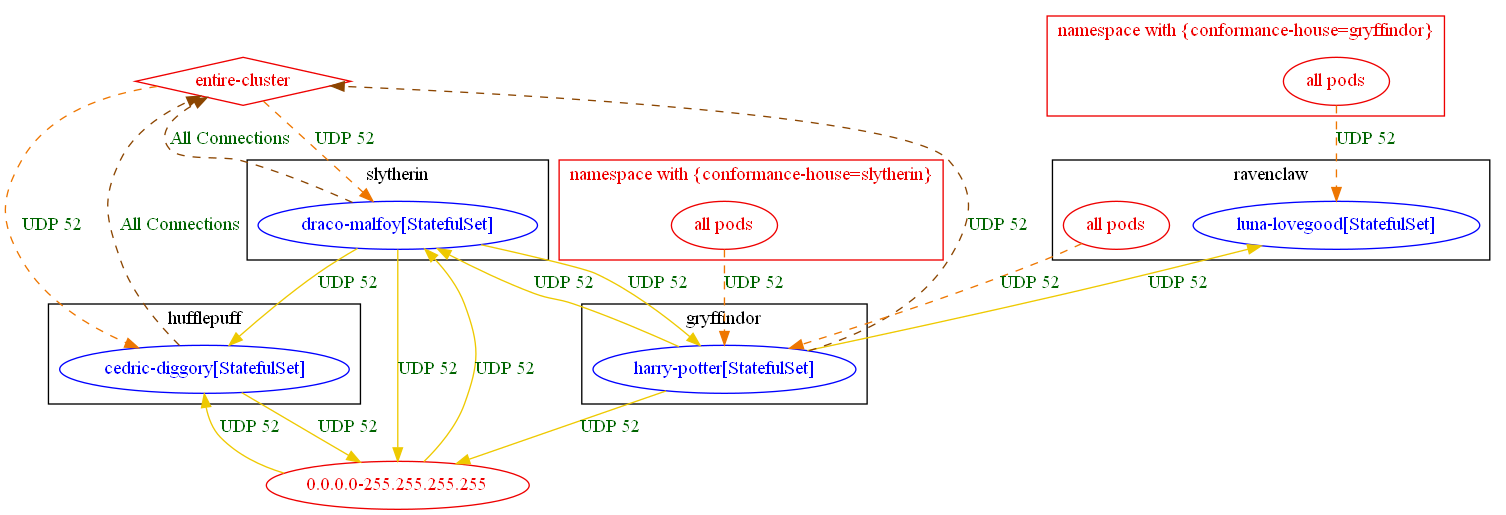
Above: test_outputs/connlist/anp_demo_udp-52_exposure_output.dot.png in np-guard/netpol-analyzer (Graphviz), before the change. Its source is kept beside it as test_outputs/connlist/anp_demo_udp-52_exposure_output.dot. Its diagram source:
```dot
digraph {
	subgraph "cluster_gryffindor" {
		color="black"
		fontcolor="black"
		"gryffindor/harry-potter[StatefulSet]" [label="harry-potter[StatefulSet]" color="blue" fontcolor="blue"]
		label="gryffindor"
	}
	subgraph "cluster_hufflepuff" {
		color="black"
		fontcolor="black"
		"hufflepuff/cedric-diggory[StatefulSet]" [label="cedric-diggory[StatefulSet]" color="blue" fontcolor="blue"]
		label="hufflepuff"
	}
	subgraph "cluster_ravenclaw" {
		color="black"
		fontcolor="black"
		"all pods_in_ravenclaw" [label="all pods" color="red2" fontcolor="red2"]
		"ravenclaw/luna-lovegood[StatefulSet]" [label="luna-lovegood[StatefulSet]" color="blue" fontcolor="blue"]
		label="ravenclaw"
	}
	subgraph "cluster_slytherin" {
		color="black"
		fontcolor="black"
		"slytherin/draco-malfoy[StatefulSet]" [label="draco-malfoy[StatefulSet]" color="blue" fontcolor="blue"]
		label="slytherin"
	}
	subgraph "cluster_namespace with {conformance_house=gryffindor}" {
		color="red2"
		fontcolor="red2"
		"all pods_in_namespace with {conformance-house=gryffindor}" [label="all pods" color="red2" fontcolor="red2"]
		label="namespace with {conformance-house=gryffindor}"
	}
	subgraph "cluster_namespace with {conformance_house=slytherin}" {
		color="red2"
		fontcolor="red2"
		"all pods_in_namespace with {conformance-house=slytherin}" [label="all pods" color="red2" fontcolor="red2"]
		label="namespace with {conformance-house=slytherin}"
	}
	"0.0.0.0-255.255.255.255" [label="0.0.0.0-255.255.255.255" color="red2" fontcolor="red2"]
	"entire-cluster" [label="entire-cluster" color="red2" fontcolor="red2" shape=diamond]
	"0.0.0.0-255.255.255.255" -> "hufflepuff/cedric-diggory[StatefulSet]" [label="UDP 52" color="gold2" fontcolor="darkgreen" weight=0.5]
	"0.0.0.0-255.255.255.255" -> "slytherin/draco-malfoy[StatefulSet]" [label="UDP 52" color="gold2" fontcolor="darkgreen" weight=0.5]
	"all pods_in_namespace with {conformance-house=gryffindor}" -> "ravenclaw/luna-lovegood[StatefulSet]" [label="UDP 52" color="darkorange2" fontcolor="darkgreen" weight=1 style=dashed]
	"all pods_in_namespace with {conformance-house=slytherin}" -> "gryffindor/harry-potter[StatefulSet]" [label="UDP 52" color="darkorange2" fontcolor="darkgreen" weight=1 style=dashed]
	"all pods_in_ravenclaw" -> "gryffindor/harry-potter[StatefulSet]" [label="UDP 52" color="darkorange2" fontcolor="darkgreen" weight=1 style=dashed]
	"entire-cluster" -> "hufflepuff/cedric-diggory[StatefulSet]" [label="UDP 52" color="darkorange2" fontcolor="darkgreen" weight=1 style=dashed]
	"entire-cluster" -> "slytherin/draco-malfoy[StatefulSet]" [label="UDP 52" color="darkorange2" fontcolor="darkgreen" weight=1 style=dashed]
	"gryffindor/harry-potter[StatefulSet]" -> "0.0.0.0-255.255.255.255" [label="UDP 52" color="gold2" fontcolor="darkgreen" weight=1]
	"gryffindor/harry-potter[StatefulSet]" -> "entire-cluster" [label="UDP 52" color="darkorange4" fontcolor="darkgreen" weight=0.5 style=dashed]
	"gryffindor/harry-potter[StatefulSet]" -> "ravenclaw/luna-lovegood[StatefulSet]" [label="UDP 52" color="gold2" fontcolor="darkgreen" weight=0.5]
	"gryffindor/harry-potter[StatefulSet]" -> "slytherin/draco-malfoy[StatefulSet]" [label="UDP 52" color="gold2" fontcolor="darkgreen" weight=0.5]
	"hufflepuff/cedric-diggory[StatefulSet]" -> "0.0.0.0-255.255.255.255" [label="UDP 52" color="gold2" fontcolor="darkgreen" weight=1]
	"hufflepuff/cedric-diggory[StatefulSet]" -> "entire-cluster" [label="All Connections" color="darkorange4" fontcolor="darkgreen" weight=0.5 style=dashed]
	"slytherin/draco-malfoy[StatefulSet]" -> "0.0.0.0-255.255.255.255" [label="UDP 52" color="gold2" fontcolor="darkgreen" weight=1]
	"slytherin/draco-malfoy[StatefulSet]" -> "entire-cluster" [label="All Connections" color="darkorange4" fontcolor="darkgreen" weight=0.5 style=dashed]
	"slytherin/draco-malfoy[StatefulSet]" -> "gryffindor/harry-potter[StatefulSet]" [label="UDP 52" color="gold2" fontcolor="darkgreen" weight=1]
	"slytherin/draco-malfoy[StatefulSet]" -> "hufflepuff/cedric-diggory[StatefulSet]" [label="UDP 52" color="gold2" fontcolor="darkgreen" weight=1]
}
```
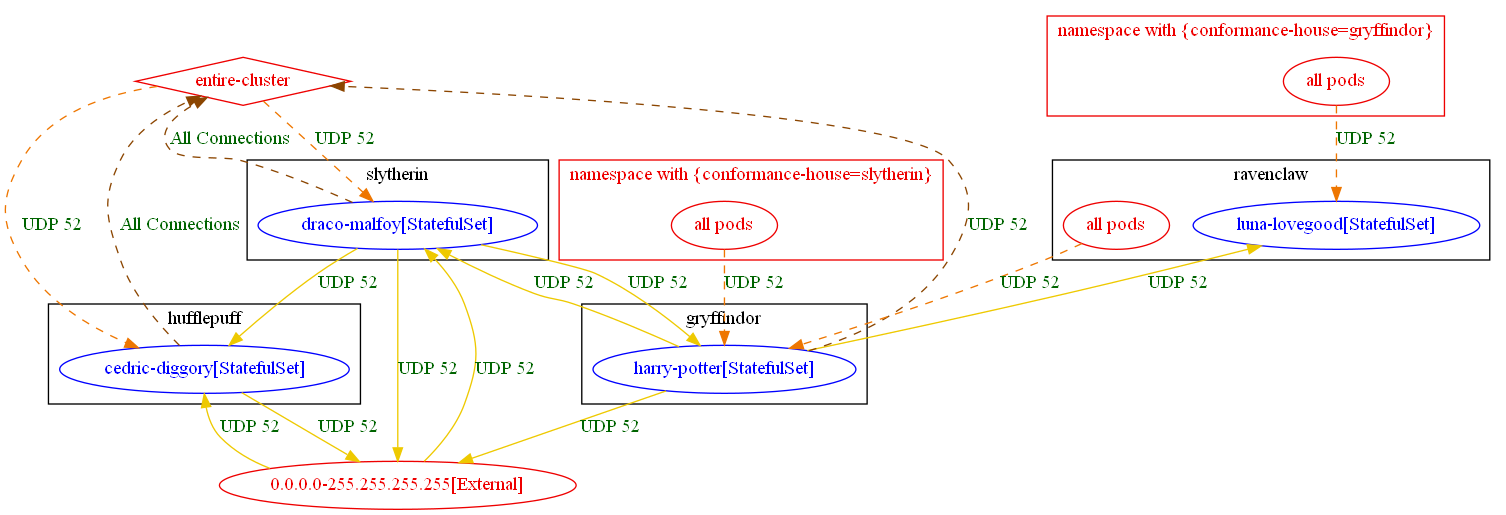
The same file after the commit.

The edit, as a diff of the source:
```diff
@@ -36,22 +36,22 @@
 		"all pods_in_namespace with {conformance-house=slytherin}" [label="all pods" color="red2" fontcolor="red2"]
 		label="namespace with {conformance-house=slytherin}"
 	}
-	"0.0.0.0-255.255.255.255" [label="0.0.0.0-255.255.255.255" color="red2" fontcolor="red2"]
+	"0.0.0.0-255.255.255.255[External]" [label="0.0.0.0-255.255.255.255[External]" color="red2" fontcolor="red2"]
 	"entire-cluster" [label="entire-cluster" color="red2" fontcolor="red2" shape=diamond]
-	"0.0.0.0-255.255.255.255" -> "hufflepuff/cedric-diggory[StatefulSet]" [label="UDP 52" color="gold2" fontcolor="darkgreen" weight=0.5]
-	"0.0.0.0-255.255.255.255" -> "slytherin/draco-malfoy[StatefulSet]" [label="UDP 52" color="gold2" fontcolor="darkgreen" weight=0.5]
+	"0.0.0.0-255.255.255.255[External]" -> "hufflepuff/cedric-diggory[StatefulSet]" [label="UDP 52" color="gold2" fontcolor="darkgreen" weight=0.5]
+	"0.0.0.0-255.255.255.255[External]" -> "slytherin/draco-malfoy[StatefulSet]" [label="UDP 52" color="gold2" fontcolor="darkgreen" weight=0.5]
 	"all pods_in_namespace with {conformance-house=gryffindor}" -> "ravenclaw/luna-lovegood[StatefulSet]" [label="UDP 52" color="darkorange2" fontcolor="darkgreen" weight=1 style=dashed]
 	"all pods_in_namespace with {conformance-house=slytherin}" -> "gryffindor/harry-potter[StatefulSet]" [label="UDP 52" color="darkorange2" fontcolor="darkgreen" weight=1 style=dashed]
 	"all pods_in_ravenclaw" -> "gryffindor/harry-potter[StatefulSet]" [label="UDP 52" color="darkorange2" fontcolor="darkgreen" weight=1 style=dashed]
 	"entire-cluster" -> "hufflepuff/cedric-diggory[StatefulSet]" [label="UDP 52" color="darkorange2" fontcolor="darkgreen" weight=1 style=dashed]
 	"entire-cluster" -> "slytherin/draco-malfoy[StatefulSet]" [label="UDP 52" color="darkorange2" fontcolor="darkgreen" weight=1 style=dashed]
-	"gryffindor/harry-potter[StatefulSet]" -> "0.0.0.0-255.255.255.255" [label="UDP 52" color="gold2" fontcolor="darkgreen" weight=1]
+	"gryffindor/harry-potter[StatefulSet]" -> "0.0.0.0-255.255.255.255[External]" [label="UDP 52" color="gold2" fontcolor="darkgreen" weight=1]
 	"gryffindor/harry-potter[StatefulSet]" -> "entire-cluster" [label="UDP 52" color="darkorange4" fontcolor="darkgreen" weight=0.5 style=dashed]
 	"gryffindor/harry-potter[StatefulSet]" -> "ravenclaw/luna-lovegood[StatefulSet]" [label="UDP 52" color="gold2" fontcolor="darkgreen" weight=0.5]
 	"gryffindor/harry-potter[StatefulSet]" -> "slytherin/draco-malfoy[StatefulSet]" [label="UDP 52" color="gold2" fontcolor="darkgreen" weight=0.5]
-	"hufflepuff/cedric-diggory[StatefulSet]" -> "0.0.0.0-255.255.255.255" [label="UDP 52" color="gold2" fontcolor="darkgreen" weight=1]
+	"hufflepuff/cedric-diggory[StatefulSet]" -> "0.0.0.0-255.255.255.255[External]" [label="UDP 52" color="gold2" fontcolor="darkgreen" weight=1]
 	"hufflepuff/cedric-diggory[StatefulSet]" -> "entire-cluster" [label="All Connections" color="darkorange4" fontcolor="darkgreen" weight=0.5 style=dashed]
-	"slytherin/draco-malfoy[StatefulSet]" -> "0.0.0.0-255.255.255.255" [label="UDP 52" color="gold2" fontcolor="darkgreen" weight=1]
+	"slytherin/draco-malfoy[StatefulSet]" -> "0.0.0.0-255.255.255.255[External]" [label="UDP 52" color="gold2" fontcolor="darkgreen" weight=1]
 	"slytherin/draco-malfoy[StatefulSet]" -> "entire-cluster" [label="All Connections" color="darkorange4" fontcolor="darkgreen" weight=0.5 style=dashed]
 	"slytherin/draco-malfoy[StatefulSet]" -> "gryffindor/harry-potter[StatefulSet]" [label="UDP 52" color="gold2" fontcolor="darkgreen" weight=1]
 	"slytherin/draco-malfoy[StatefulSet]" -> "hufflepuff/cedric-diggory[StatefulSet]" [label="UDP 52" color="gold2" fontcolor="darkgreen" weight=1]
```
